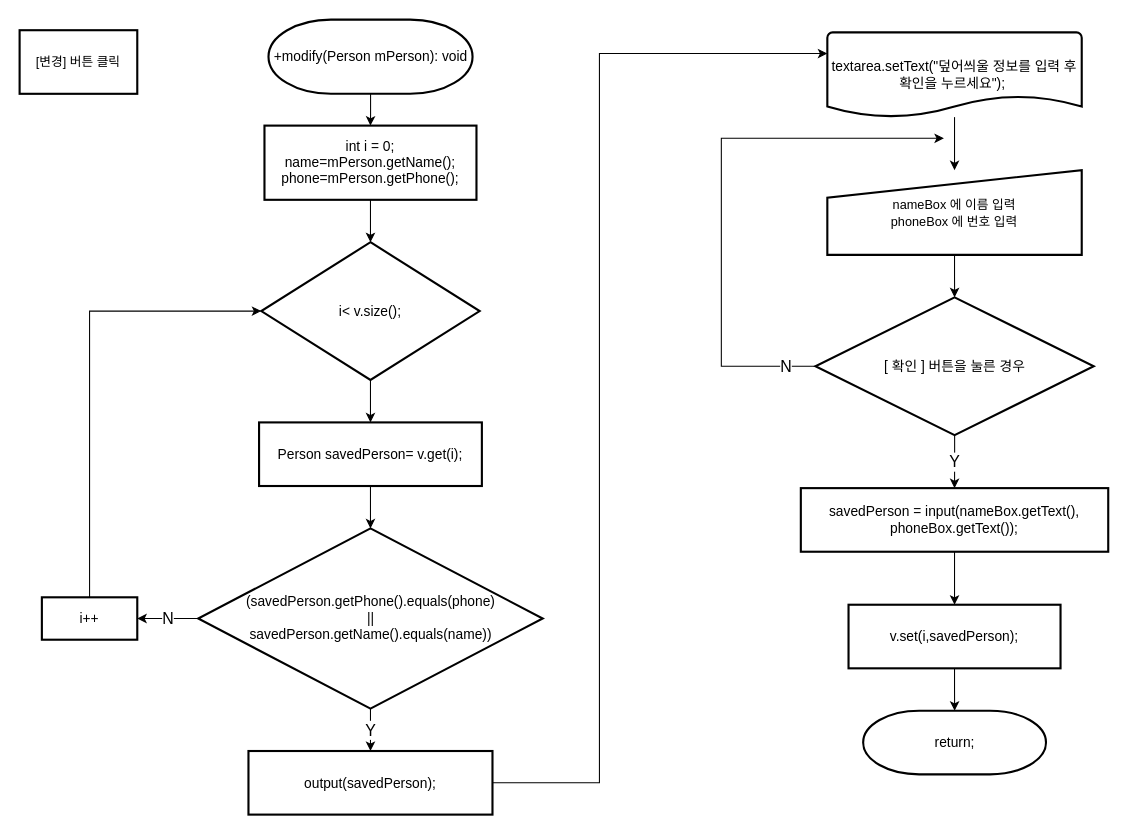
skatld123/PH_list_java keeps this draw.io diagram as 순서도/Change 기능.drawio. Above is the earlier version. Source tidied: cells renumbered, new cells numbered last; positions are measured from the earlier drawing's top-left corner, leaving out a move shared by most shapes. Both pictures are drawn from the tidied source at 106%, with x=0, y=0 at pixel (19, 19).
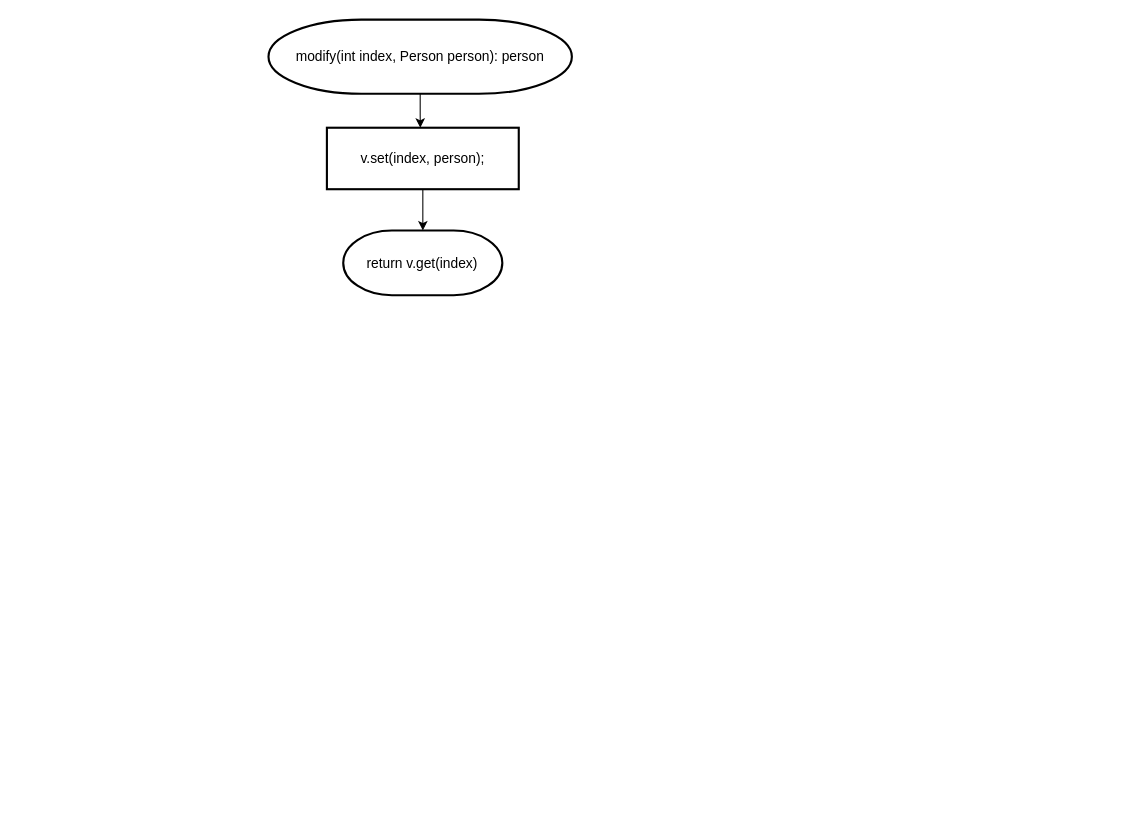
The same diagram, later.

Commit message:
Change 기능.drawio 업데이트

What changed in the source:
```diff
@@
-    <mxCell id="2" style="edgeStyle=orthogonalEdgeStyle;rounded=0;jettySize=auto;html=1;fontSize=15;" parent="1" edge="1" source="3" target="7">
-      <mxGeometry relative="1" as="geometry" />
+    <mxCell id="2" style="edgeStyle=orthogonalEdgeStyle;rounded=0;jettySize=auto;html=1;fontSize=15;" parent="1" edge="1" source="3">
+      <mxGeometry relative="1" as="geometry">
+        <mxPoint x="378" y="102" as="targetPoint" />
+      </mxGeometry>
     </mxCell>
-    <mxCell id="3" value="&lt;span style=&quot;text-align: left; font-size: 13px;&quot;&gt;+modify(Person mPerson): void&lt;/span&gt;" style="strokeWidth=2;html=1;shape=mxgraph.flowchart.terminator;whiteSpace=wrap;fontSize=13;" parent="1" vertex="1">
-      <mxGeometry x="234.8" width="192.5" height="70" as="geometry" />
+    <mxCell id="3" value="&lt;span style=&quot;text-align: left ; font-size: 13px&quot;&gt;modify(int index, Person person): person&lt;/span&gt;" style="strokeWidth=2;html=1;shape=mxgraph.flowchart.terminator;whiteSpace=wrap;fontSize=13;" parent="1" vertex="1">
+      <mxGeometry x="234.8" width="286.2" height="70" as="geometry" />
     </mxCell>
-    <mxCell id="4" style="edgeStyle=orthogonalEdgeStyle;rounded=0;jettySize=auto;html=1;fontSize=13;" parent="1" edge="1" source="5" target="12">
-      <mxGeometry relative="1" as="geometry" />
-    </mxCell>
-    <mxCell id="5" value="i&amp;lt; v.size();" style="strokeWidth=2;html=1;shape=mxgraph.flowchart.decision;whiteSpace=wrap;fontSize=13;" parent="1" vertex="1">
-      <mxGeometry x="228" y="210" width="206" height="130" as="geometry" />
-    </mxCell>
-    <mxCell id="6" style="edgeStyle=orthogonalEdgeStyle;rounded=0;jettySize=auto;html=1;exitX=0.5;exitY=1;exitDx=0;exitDy=0;entryX=0.5;entryY=0;entryDx=0;entryDy=0;entryPerimeter=0;fontSize=13;" parent="1" edge="1" source="7" target="5">
-      <mxGeometry relative="1" as="geometry" />
-    </mxCell>
-    <mxCell id="7" value="&lt;span style=&quot;font-size: 13px&quot;&gt;int i = 0;&lt;/span&gt;&lt;br style=&quot;font-size: 13px&quot;&gt;&lt;span style=&quot;font-size: 13px&quot;&gt;name=m&lt;/span&gt;&lt;span style=&quot;font-size: 13px ; text-align: left&quot;&gt;Person&lt;/span&gt;&lt;span style=&quot;font-size: 13px&quot;&gt;.getName();&lt;/span&gt;&lt;br style=&quot;font-size: 13px&quot;&gt;&lt;span style=&quot;font-size: 13px&quot;&gt;phone=m&lt;/span&gt;&lt;span style=&quot;font-size: 13px ; text-align: left&quot;&gt;Person&lt;/span&gt;&lt;span style=&quot;font-size: 13px&quot;&gt;.getPhone();&lt;/span&gt;" style="rounded=1;whiteSpace=wrap;html=1;absoluteArcSize=1;arcSize=0;strokeWidth=2;fontSize=13;" parent="1" vertex="1">
-      <mxGeometry x="231" y="100" width="200" height="70" as="geometry" />
-    </mxCell>
-    <mxCell id="8" style="edgeStyle=orthogonalEdgeStyle;rounded=0;jettySize=auto;html=1;entryX=0;entryY=0.5;entryDx=0;entryDy=0;entryPerimeter=0;fontSize=13;" parent="1" edge="1" source="9" target="5">
-      <mxGeometry relative="1" as="geometry">
-        <Array as="points">
-          <mxPoint x="66" y="275" />
-        </Array>
-      </mxGeometry>
-    </mxCell>
-    <mxCell id="9" value="i++" style="rounded=1;whiteSpace=wrap;html=1;absoluteArcSize=1;arcSize=0;strokeWidth=2;fontSize=13;" parent="1" vertex="1">
-      <mxGeometry x="21" y="545" width="90" height="40" as="geometry" />
-    </mxCell>
-    <mxCell id="10" value="[변경] 버튼 클릭" style="rounded=1;whiteSpace=wrap;html=1;absoluteArcSize=1;arcSize=0;strokeWidth=2;" parent="1" vertex="1">
-      <mxGeometry y="10" width="111" height="60" as="geometry" />
-    </mxCell>
-    <mxCell id="11" style="edgeStyle=orthogonalEdgeStyle;rounded=0;jettySize=auto;html=1;fontSize=13;" parent="1" edge="1" source="12" target="15">
-      <mxGeometry relative="1" as="geometry" />
-    </mxCell>
-    <mxCell id="12" value="Person savedPerson= v.get(i);" style="rounded=1;whiteSpace=wrap;html=1;absoluteArcSize=1;arcSize=0;strokeWidth=2;fontSize=13;" parent="1" vertex="1">
-      <mxGeometry x="225.9" y="380" width="210.2" height="60" as="geometry" />
-    </mxCell>
-    <mxCell id="13" value="Y" style="edgeStyle=orthogonalEdgeStyle;rounded=0;jettySize=auto;html=1;fontSize=15;" parent="1" edge="1" source="15" target="17">
-      <mxGeometry relative="1" as="geometry" />
-    </mxCell>
-    <mxCell id="14" value="N" style="edgeStyle=orthogonalEdgeStyle;rounded=0;jettySize=auto;html=1;fontSize=15;" parent="1" edge="1" source="15" target="9">
-      <mxGeometry relative="1" as="geometry" />
-    </mxCell>
-    <mxCell id="15" value="(savedPerson.getPhone().equals(&lt;span style=&quot;text-align: left; font-size: 13px;&quot;&gt;phone&lt;/span&gt;)&lt;br style=&quot;font-size: 13px;&quot;&gt;||&lt;br style=&quot;font-size: 13px;&quot;&gt;savedPerson.getName().equals(name))" style="strokeWidth=2;html=1;shape=mxgraph.flowchart.decision;whiteSpace=wrap;fontSize=13;" parent="1" vertex="1">
-      <mxGeometry x="168.5" y="480" width="325" height="170" as="geometry" />
-    </mxCell>
-    <mxCell id="16" style="edgeStyle=orthogonalEdgeStyle;rounded=0;jettySize=auto;html=1;fontSize=13;" parent="1" edge="1" source="17" target="19">
-      <mxGeometry relative="1" as="geometry">
-        <Array as="points">
-          <mxPoint x="547" y="720" />
-          <mxPoint x="547" y="32" />
-        </Array>
-      </mxGeometry>
-    </mxCell>
-    <mxCell id="17" value="output(savedPerson);" style="rounded=1;whiteSpace=wrap;html=1;absoluteArcSize=1;arcSize=0;strokeWidth=2;fontSize=13;" parent="1" vertex="1">
-      <mxGeometry x="215.9" y="690" width="230.2" height="60" as="geometry" />
-    </mxCell>
-    <mxCell id="18" style="edgeStyle=orthogonalEdgeStyle;rounded=0;jettySize=auto;html=1;fontSize=13;" parent="1" edge="1" source="19" target="29">
-      <mxGeometry relative="1" as="geometry" />
-    </mxCell>
-    <mxCell id="19" value="&lt;span style=&quot;font-family: helvetica; font-size: 13px;&quot;&gt;textarea.setText(&quot;덮어씌울 정보를 입력 후 확인을 누르세요&quot;);&lt;/span&gt;&lt;span style=&quot;font-family: helvetica; font-size: 13px;&quot;&gt;&amp;nbsp;&lt;/span&gt;" style="strokeWidth=2;html=1;shape=mxgraph.flowchart.document2;whiteSpace=wrap;size=0.25;fontSize=13;" parent="1" vertex="1">
-      <mxGeometry x="762" y="12" width="240" height="80" as="geometry" />
-    </mxCell>
-    <mxCell id="20" style="edgeStyle=orthogonalEdgeStyle;rounded=0;jettySize=auto;html=1;fontSize=13;" parent="1" edge="1" source="21" target="23">
-      <mxGeometry relative="1" as="geometry" />
-    </mxCell>
-    <mxCell id="21" value="savedPerson =&amp;nbsp;&lt;span style=&quot;font-size: 13px;&quot;&gt;input(nameBox.getText(), phoneBox.getText());&lt;/span&gt;" style="rounded=1;whiteSpace=wrap;html=1;absoluteArcSize=1;arcSize=0;strokeWidth=2;fontSize=13;" parent="1" vertex="1">
-      <mxGeometry x="737" y="442" width="290" height="60" as="geometry" />
-    </mxCell>
-    <mxCell id="22" style="edgeStyle=orthogonalEdgeStyle;rounded=0;jettySize=auto;html=1;fontSize=13;" parent="1" edge="1" source="23" target="27">
-      <mxGeometry relative="1" as="geometry" />
-    </mxCell>
-    <mxCell id="23" value="&lt;span style=&quot;font-size: 13px;&quot;&gt;v.set(i,savedPerson);&lt;/span&gt;" style="rounded=1;whiteSpace=wrap;html=1;absoluteArcSize=1;arcSize=0;strokeWidth=2;fontSize=13;" parent="1" vertex="1">
-      <mxGeometry x="782" y="552" width="200" height="60" as="geometry" />
-    </mxCell>
-    <mxCell id="24" value="Y" style="edgeStyle=orthogonalEdgeStyle;rounded=0;jettySize=auto;html=1;fontSize=15;" parent="1" edge="1" source="26" target="21">
-      <mxGeometry relative="1" as="geometry" />
-    </mxCell>
-    <mxCell id="25" value="N" style="edgeStyle=orthogonalEdgeStyle;rounded=0;jettySize=auto;html=1;fontSize=15;" parent="1" edge="1" source="26">
-      <mxGeometry x="-0.89" relative="1" as="geometry">
-        <mxPoint x="872" y="112" as="targetPoint" />
-        <Array as="points">
-          <mxPoint x="662" y="327" />
-          <mxPoint x="662" y="112" />
-        </Array>
-      </mxGeometry>
-    </mxCell>
-    <mxCell id="26" value="[ 확인 ] 버튼을 눌른 경우" style="strokeWidth=2;html=1;shape=mxgraph.flowchart.decision;whiteSpace=wrap;fontSize=13;" parent="1" vertex="1">
-      <mxGeometry x="750.8" y="262" width="262.5" height="130" as="geometry" />
-    </mxCell>
-    <mxCell id="27" value="&lt;div style=&quot;text-align: left; font-size: 13px;&quot;&gt;return;&lt;/div&gt;" style="strokeWidth=2;html=1;shape=mxgraph.flowchart.terminator;whiteSpace=wrap;fontSize=13;" parent="1" vertex="1">
-      <mxGeometry x="795.8" y="652" width="172.5" height="60" as="geometry" />
-    </mxCell>
-    <mxCell id="28" style="edgeStyle=orthogonalEdgeStyle;rounded=0;jettySize=auto;html=1;fontSize=13;" parent="1" edge="1" source="29" target="26">
-      <mxGeometry relative="1" as="geometry" />
-    </mxCell>
-    <mxCell id="29" value="&lt;span style=&quot;font-size: 12px&quot;&gt;nameBox 에 이름 입력&lt;/span&gt;&lt;br style=&quot;font-size: 12px&quot;&gt;&lt;span style=&quot;font-size: 12px&quot;&gt;phoneBox 에 번호 입력&lt;/span&gt;" style="html=1;strokeWidth=2;shape=manualInput;whiteSpace=wrap;rounded=1;size=26;arcSize=0;fontSize=13;" parent="1" vertex="1">
-      <mxGeometry x="762" y="142" width="240" height="80" as="geometry" />
-    </mxCell>
+    <mxCell id="30" style="edgeStyle=orthogonalEdgeStyle;rounded=0;jettySize=auto;html=1;" parent="1" edge="1" source="31" target="32">
+      <mxGeometry relative="1" as="geometry" />
+    </mxCell>
+    <mxCell id="31" value="v.set(index, person);" style="rounded=1;whiteSpace=wrap;html=1;absoluteArcSize=1;arcSize=0;strokeWidth=2;fontSize=13;" parent="1" vertex="1">
+      <mxGeometry x="289.9" y="102" width="181" height="58" as="geometry" />
+    </mxCell>
+    <mxCell id="32" value="&lt;div style=&quot;text-align: left&quot;&gt;&lt;span&gt;return v.get(index)&lt;/span&gt;&lt;/div&gt;" style="strokeWidth=2;html=1;shape=mxgraph.flowchart.terminator;whiteSpace=wrap;fontSize=13;" parent="1" vertex="1">
+      <mxGeometry x="305.3" y="199" width="150.1" height="61" as="geometry" />
+    </mxCell>
```
